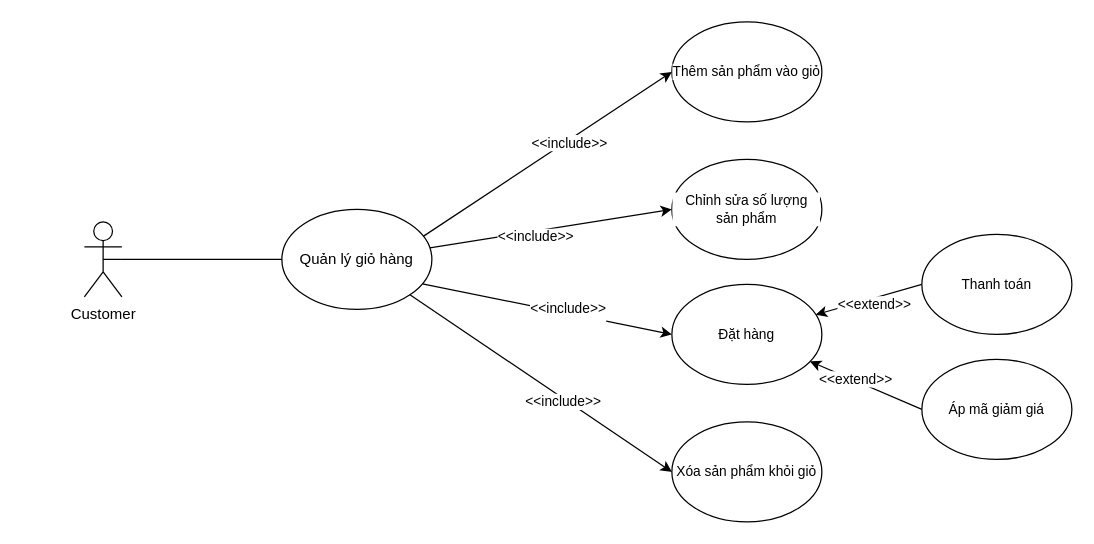
Before: page "Quản lý giỏ hàng" (8 of 25) of Usecase Diagram Bookstore.drawio in KaNguyen3005/Bookstore-System, a draw.io diagram. Source tidied: cells renumbered, new cells numbered last; positions are measured from the earlier drawing's top-left corner, leaving out a move shared by most shapes. Both pictures are drawn from the tidied source at 125%, with x=0, y=0 at pixel (21, 21).
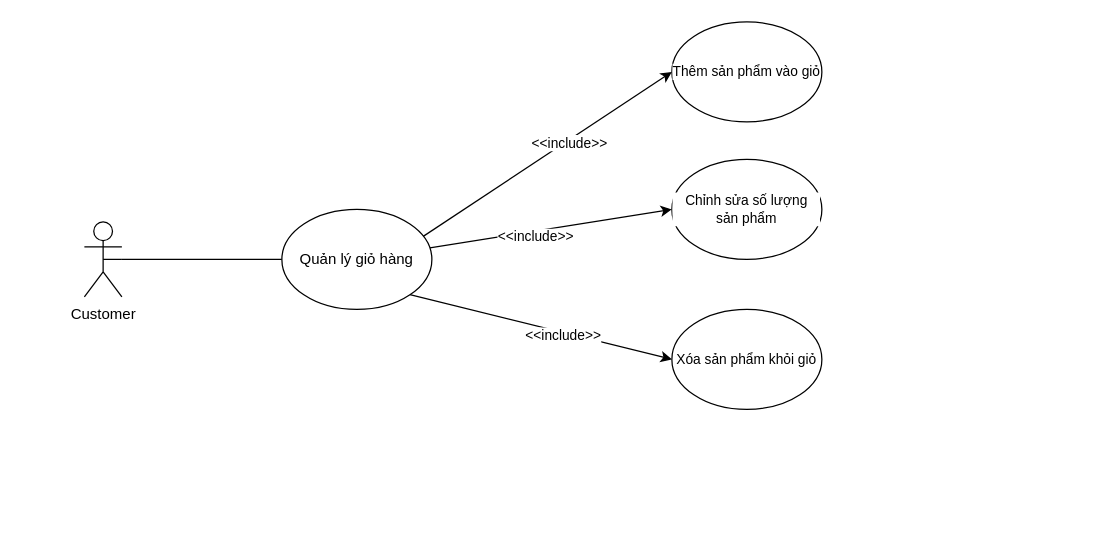
The same diagram, later.

Unchanged cells that the change refers to:
```xml
<mxCell id="8" value="Quản lý giỏ hàng" style="ellipse;whiteSpace=wrap;html=1;" parent="1" vertex="1">
  <mxGeometry x="208" y="150" width="120" height="80" as="geometry" />
</mxCell>
```

What changed in the source:
```diff
@@
-    <mxCell id="14" style="edgeStyle=none;shape=connector;rounded=0;jettySize=auto;html=1;entryX=0;entryY=0.5;entryDx=0;entryDy=0;strokeColor=default;align=center;verticalAlign=middle;fontFamily=Helvetica;fontSize=11;fontColor=default;labelBackgroundColor=default;endArrow=classic;endFill=1;startArrow=none;startFill=0;exitX=0.937;exitY=0.745;exitDx=0;exitDy=0;exitPerimeter=0;" parent="1" edge="1" source="8" target="20">
-      <mxGeometry relative="1" as="geometry" />
-    </mxCell>
-    <mxCell id="15" value="&amp;lt;&amp;lt;include&amp;gt;&amp;gt;&lt;div&gt;&lt;br&gt;&lt;/div&gt;" style="edgeLabel;html=1;align=center;verticalAlign=middle;fontFamily=Helvetica;fontSize=11;fontColor=default;labelBackgroundColor=default;rounded=0;strokeColor=default;" parent="14" vertex="1">
-      <mxGeometry x="0.17" y="-1" relative="1" as="geometry">
-        <mxPoint y="1" as="offset" />
-      </mxGeometry>
-    </mxCell>
-    <mxCell id="16" style="edgeStyle=none;shape=connector;rounded=0;jettySize=auto;html=1;entryX=0;entryY=0.5;entryDx=0;entryDy=0;strokeColor=default;align=center;verticalAlign=middle;fontFamily=Helvetica;fontSize=11;fontColor=default;labelBackgroundColor=default;endArrow=none;endFill=0;startArrow=classic;startFill=1;" parent="1" edge="1" source="20" target="21">
-      <mxGeometry relative="1" as="geometry" />
-    </mxCell>
-    <mxCell id="17" value="&amp;lt;&amp;lt;extend&amp;gt;&amp;gt;" style="edgeLabel;html=1;align=center;verticalAlign=middle;fontFamily=Helvetica;fontSize=11;fontColor=default;labelBackgroundColor=default;" parent="16" vertex="1">
-      <mxGeometry x="0.07" y="-4" relative="1" as="geometry" />
-    </mxCell>
-    <mxCell id="18" style="edgeStyle=none;shape=connector;rounded=0;jettySize=auto;html=1;entryX=0;entryY=0.5;entryDx=0;entryDy=0;strokeColor=default;align=center;verticalAlign=middle;fontFamily=Helvetica;fontSize=11;fontColor=default;labelBackgroundColor=default;endArrow=none;endFill=0;startArrow=classic;startFill=1;" parent="1" edge="1" source="20" target="23">
-      <mxGeometry relative="1" as="geometry" />
-    </mxCell>
-    <mxCell id="19" value="&amp;lt;&amp;lt;extend&amp;gt;&amp;gt;" style="edgeLabel;html=1;align=center;verticalAlign=middle;fontFamily=Helvetica;fontSize=11;fontColor=default;labelBackgroundColor=default;" parent="18" vertex="1">
-      <mxGeometry x="-0.19" y="2" relative="1" as="geometry">
-        <mxPoint x="-1" as="offset" />
-      </mxGeometry>
-    </mxCell>
-    <mxCell id="20" value="Đặt hàng" style="ellipse;whiteSpace=wrap;html=1;fontFamily=Helvetica;fontSize=11;fontColor=default;labelBackgroundColor=default;" parent="1" vertex="1">
-      <mxGeometry x="520" y="210" width="120" height="80" as="geometry" />
-    </mxCell>
-    <mxCell id="21" value="Thanh toán" style="ellipse;whiteSpace=wrap;html=1;fontFamily=Helvetica;fontSize=11;fontColor=default;labelBackgroundColor=default;" parent="1" vertex="1">
-      <mxGeometry x="720" y="170" width="120" height="80" as="geometry" />
-    </mxCell>
     <mxCell id="22" value="Xóa sản phẩm khỏi giỏ" style="ellipse;whiteSpace=wrap;html=1;fontFamily=Helvetica;fontSize=11;fontColor=default;labelBackgroundColor=default;" parent="1" vertex="1">
-      <mxGeometry x="520" y="320" width="120" height="80" as="geometry" />
+      <mxGeometry x="520" y="230" width="120" height="80" as="geometry" />
     </mxCell>
-    <mxCell id="23" value="Áp mã giảm giá" style="ellipse;whiteSpace=wrap;html=1;fontFamily=Helvetica;fontSize=11;fontColor=default;labelBackgroundColor=default;" parent="1" vertex="1">
-      <mxGeometry x="720" y="270" width="120" height="80" as="geometry" />
-    </mxCell>
```
